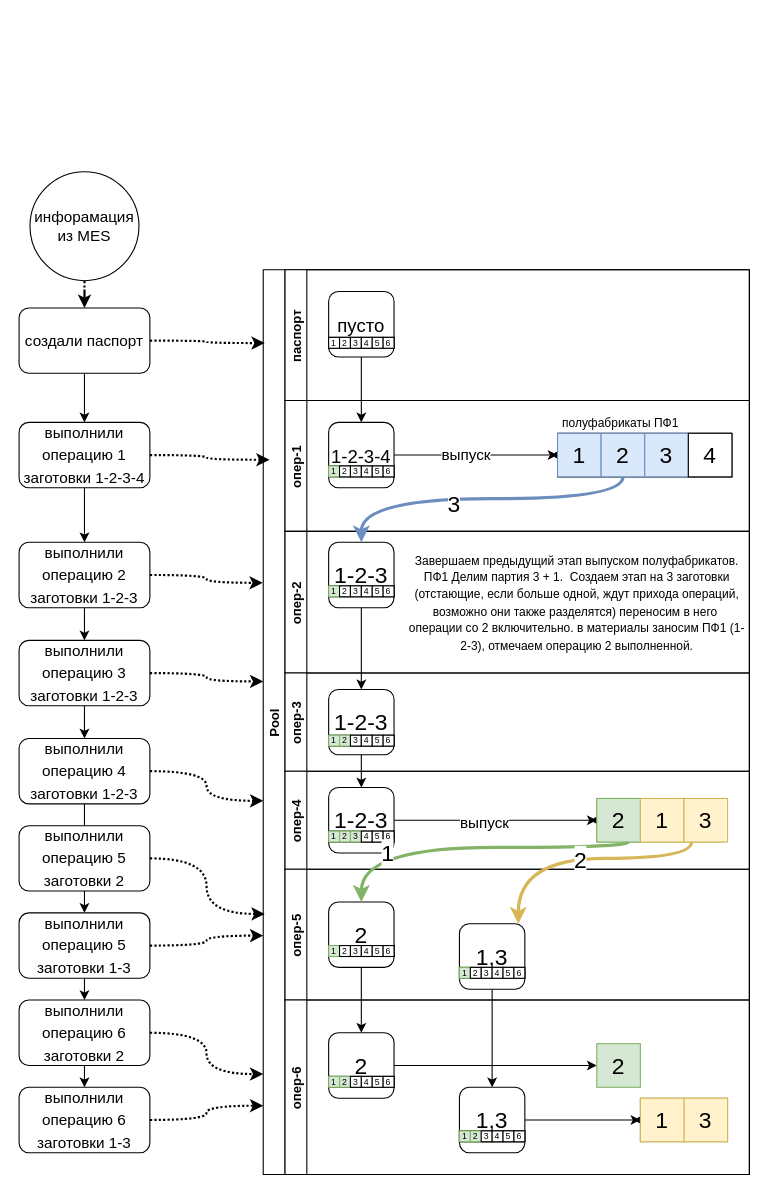
Earlier version of the draw.io diagram VSMPO/models/Пример дополнительных этапов 3.drawio (sashok74/Rarus). Source tidied: cells renumbered, new cells numbered last; positions are measured from the earlier drawing's top-left corner, leaving out a move shared by most shapes. Both pictures are drawn from the tidied source at 109%, with x=0, y=0 at pixel (19, 171).
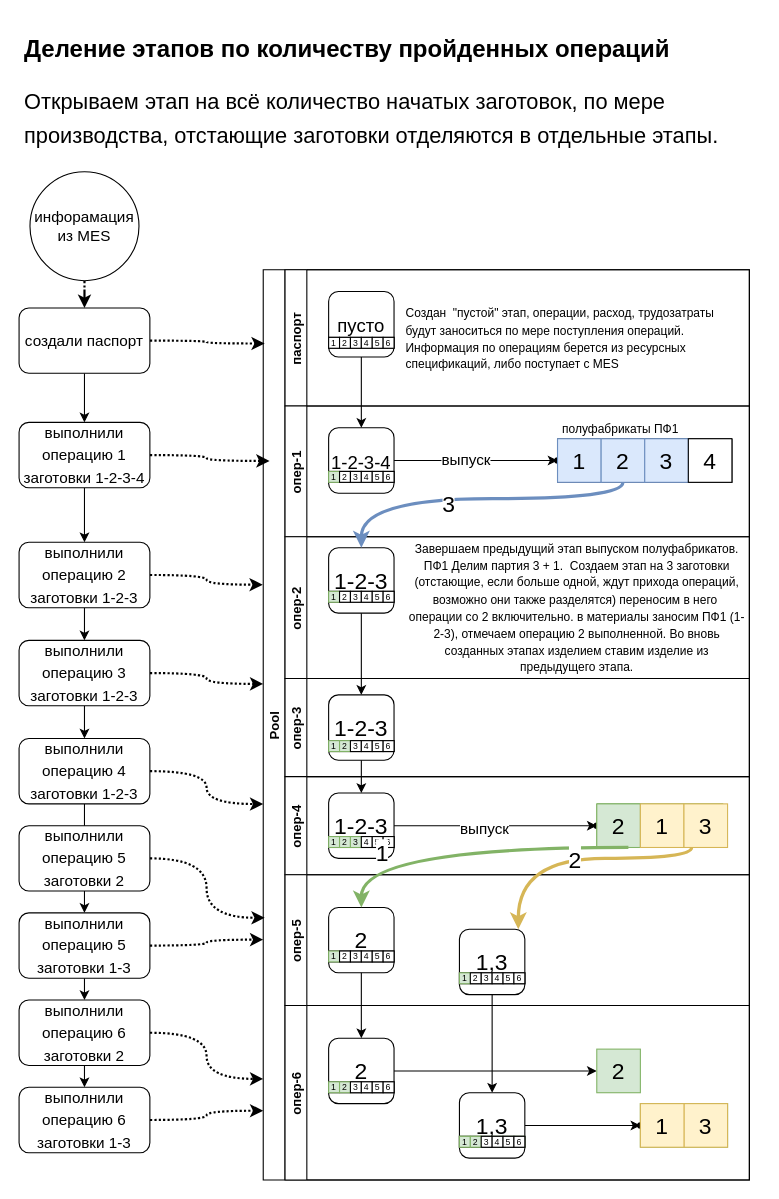
The same diagram, later.

The edit, as a diff of the source:
```diff
@@
     <mxCell id="2" value="Pool" style="swimlane;horizontal=0;startSize=20;" parent="1" vertex="1">
-      <mxGeometry x="224" y="90" width="446" height="830" as="geometry" />
+      <mxGeometry x="224" y="90" width="446" height="835" as="geometry" />
     </mxCell>
     <mxCell id="3" value="паспорт" style="swimlane;startSize=20;horizontal=0;" parent="2" vertex="1">
-      <mxGeometry x="20" width="426" height="120" as="geometry" />
+      <mxGeometry x="20" width="426" height="125" as="geometry" />
     </mxCell>
@@
+    <mxCell id="163" value="&lt;div style=&quot;text-align: left;&quot;&gt;&lt;span style=&quot;font-size: 11px;&quot;&gt;Создан&amp;nbsp; &quot;пустой&quot; этап, операции, расход, трудозатраты будут заноситься по мере поступления операций. Информация по операциям берется из ресурсных спецификаций, либо поступает с MES&lt;/span&gt;&lt;/div&gt;" style="text;html=1;strokeColor=none;fillColor=none;align=center;verticalAlign=middle;whiteSpace=wrap;rounded=0;fontSize=13;" parent="3" vertex="1">
+      <mxGeometry x="110" width="316" height="125" as="geometry" />
+    </mxCell>
     <mxCell id="15" value="опер-1" style="swimlane;startSize=20;horizontal=0;" parent="2" vertex="1">
-      <mxGeometry x="20" y="120" width="426" height="120" as="geometry" />
+      <mxGeometry x="20" y="125" width="426" height="120" as="geometry" />
     </mxCell>
@@
     <mxCell id="34" value="опер-2" style="swimlane;startSize=20;horizontal=0;" parent="2" vertex="1">
-      <mxGeometry x="20" y="240" width="426" height="130" as="geometry" />
+      <mxGeometry x="20" y="245" width="426" height="130" as="geometry" />
     </mxCell>
@@
-    <mxCell id="45" value="&lt;span style=&quot;font-size: 11px; text-align: left;&quot;&gt;Завершаем предыдущий этап выпуском полуфабрикатов. ПФ1 Делим партия 3 + 1.&amp;nbsp; Создаем этап на 3 заготовки (отстающие, если больше одной, ждут прихода операций, возможно они также разделятся) переносим в него&amp;nbsp; операции со 2 включительно. в материалы заносим ПФ1 (1-2-3), отмечаем операцию 2 выполненной.&lt;/span&gt;" style="text;html=1;strokeColor=none;fillColor=none;align=center;verticalAlign=middle;whiteSpace=wrap;rounded=0;fontSize=13;" parent="34" vertex="1">
+    <mxCell id="45" value="&lt;span style=&quot;font-size: 11px; text-align: left;&quot;&gt;Завершаем предыдущий этап выпуском полуфабрикатов. ПФ1 Делим партия 3 + 1.&amp;nbsp; Создаем этап на 3 заготовки (отстающие, если больше одной, ждут прихода операций, возможно они также разделятся) переносим в него&amp;nbsp; операции со 2 включительно. в материалы заносим ПФ1 (1-2-3), отмечаем операцию 2 выполненной. Во вновь созданных этапах изделием ставим изделие из предыдущего этапа.&lt;/span&gt;" style="text;html=1;strokeColor=none;fillColor=none;align=center;verticalAlign=middle;whiteSpace=wrap;rounded=0;fontSize=13;" parent="34" vertex="1">
       <mxGeometry x="110" width="316" height="130" as="geometry" />
     </mxCell>
     <mxCell id="46" value="опер-3" style="swimlane;startSize=20;horizontal=0;" parent="2" vertex="1">
-      <mxGeometry x="20" y="370" width="426" height="90" as="geometry" />
+      <mxGeometry x="20" y="375" width="426" height="90" as="geometry" />
     </mxCell>
@@
     <mxCell id="57" value="опер-4" style="swimlane;startSize=20;horizontal=0;" parent="2" vertex="1">
-      <mxGeometry x="20" y="460" width="426" height="90" as="geometry" />
+      <mxGeometry x="20" y="465" width="426" height="90" as="geometry" />
     </mxCell>
@@
     <mxCell id="76" value="опер-5" style="swimlane;startSize=20;horizontal=0;" parent="2" vertex="1">
-      <mxGeometry x="20" y="550" width="426" height="120" as="geometry" />
+      <mxGeometry x="20" y="555" width="426" height="120" as="geometry" />
     </mxCell>
@@
     <mxCell id="97" value="опер-6" style="swimlane;startSize=20;horizontal=0;" parent="2" vertex="1">
-      <mxGeometry x="20" y="670" width="426" height="160" as="geometry" />
+      <mxGeometry x="20" y="675" width="426" height="160" as="geometry" />
     </mxCell>
@@
     <mxCell id="135" style="edgeStyle=orthogonalEdgeStyle;rounded=0;orthogonalLoop=1;jettySize=auto;html=1;" parent="1" edge="1">
       <mxGeometry relative="1" as="geometry">
-        <mxPoint x="240" y="200" as="sourcePoint" />
+        <mxPoint x="240" y="60" as="sourcePoint" />
       </mxGeometry>
     </mxCell>
@@
+    <mxCell id="164" value="&lt;h1 style=&quot;font-size: 22px;&quot;&gt;&lt;span style=&quot;background-color: initial;&quot;&gt;&lt;font style=&quot;font-size: 22px;&quot;&gt;Деление этапов по количеству пройденных операций&lt;/font&gt;&lt;/span&gt;&lt;/h1&gt;&lt;h1 style=&quot;&quot;&gt;&lt;span style=&quot;background-color: initial; font-weight: normal;&quot;&gt;&lt;font style=&quot;font-size: 20px;&quot;&gt;Открываем этап на всё количество начатых заготовок, по мере производства, отстающие заготовки отделяются в отдельные этапы.&lt;/font&gt;&lt;/span&gt;&lt;br&gt;&lt;/h1&gt;" style="text;html=1;strokeColor=none;fillColor=none;spacing=5;spacingTop=-20;whiteSpace=wrap;overflow=hidden;rounded=0;fontSize=13;" parent="1" vertex="1">
+      <mxGeometry y="-130" width="680" height="120" as="geometry" />
+    </mxCell>
```
